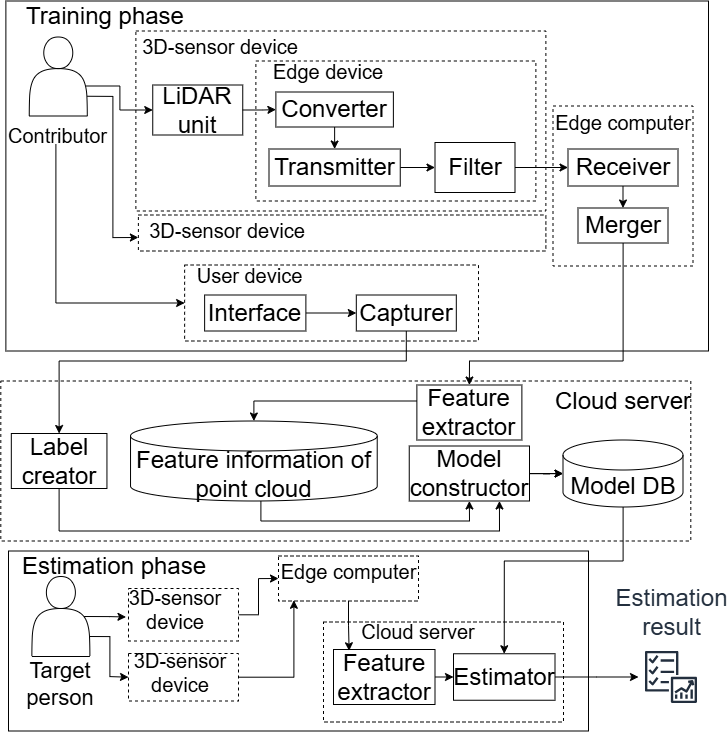
Sano-Wataru/journal-research-paper-access-kizawa keeps this draw.io diagram as img/System_model.png. Above is the earlier version. Source tidied: cells renumbered, new cells last; positions are measured from the earlier drawing's top-left corner, leaving out a move shared by most shapes.
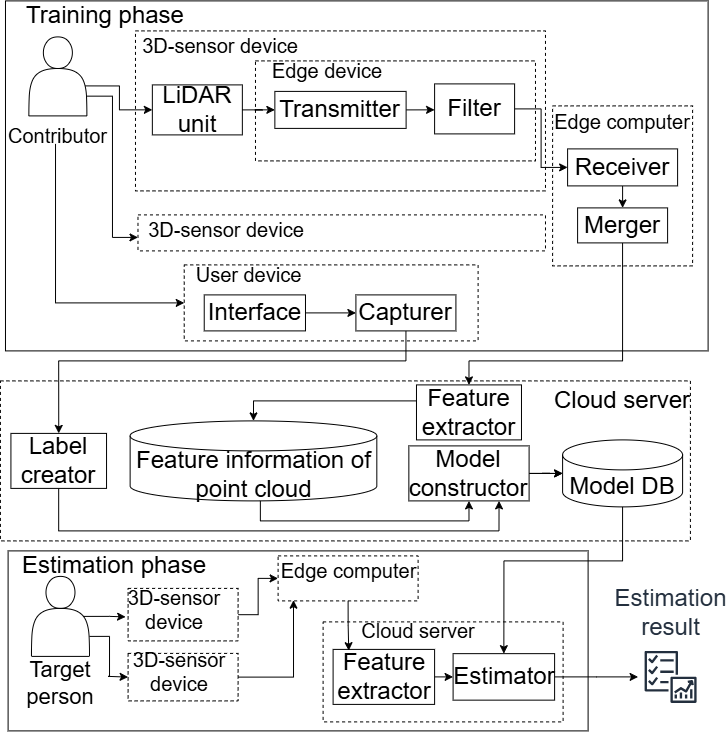
Later version of the same file.

Diff of the diagram source:
```diff
@@ -18,28 +18,22 @@
       <mxGeometry x="13.4" width="58" height="79" as="geometry" />
     </mxCell>
     <mxCell id="7" style="rounded=0;whiteSpace=wrap;html=1;dashed=1;" parent="1" vertex="1">
-      <mxGeometry x="135.4" y="30" width="410" height="180" as="geometry" />
+      <mxGeometry x="135.4" y="30" width="410" height="160" as="geometry" />
     </mxCell>
     <mxCell id="8" value="&lt;font style=&quot;font-size: 24px;&quot;&gt;LiDAR unit&lt;/font&gt;" style="rounded=0;whiteSpace=wrap;html=1;" parent="1" vertex="1">
       <mxGeometry x="152.2" y="84" width="90" height="50" as="geometry" />
     </mxCell>
     <mxCell id="9" style="rounded=0;whiteSpace=wrap;html=1;dashed=1;" parent="1" vertex="1">
-      <mxGeometry x="255.4" y="60" width="280" height="140" as="geometry" />
+      <mxGeometry x="255.4" y="60" width="280" height="100" as="geometry" />
     </mxCell>
     <mxCell id="10" value="&lt;font style=&quot;font-size: 20px;&quot;&gt;Edge device&lt;/font&gt;" style="text;html=1;strokeColor=none;fillColor=none;align=center;verticalAlign=middle;whiteSpace=wrap;rounded=0;" parent="1" vertex="1">
       <mxGeometry x="262.9" y="60" width="130" height="20" as="geometry" />
     </mxCell>
-    <mxCell id="11" style="edgeStyle=orthogonalEdgeStyle;rounded=0;jettySize=auto;html=1;exitX=0.5;exitY=1;exitDx=0;exitDy=0;entryX=0.5;entryY=0;entryDx=0;entryDy=0;" parent="1" edge="1" source="12" target="14">
-      <mxGeometry relative="1" as="geometry" />
-    </mxCell>
-    <mxCell id="12" value="&lt;font style=&quot;font-size: 24px;&quot;&gt;Converter&lt;/font&gt;" style="rounded=0;whiteSpace=wrap;html=1;" parent="1" vertex="1">
-      <mxGeometry x="275.4" y="91" width="117.5" height="35" as="geometry" />
-    </mxCell>
     <mxCell id="13" style="edgeStyle=orthogonalEdgeStyle;rounded=0;jettySize=auto;html=1;exitX=1;exitY=0.5;exitDx=0;exitDy=0;entryX=0;entryY=0.5;entryDx=0;entryDy=0;" parent="1" edge="1" source="14" target="56">
       <mxGeometry relative="1" as="geometry" />
     </mxCell>
     <mxCell id="14" value="&lt;font style=&quot;font-size: 24px;&quot;&gt;Transmitter&lt;/font&gt;" style="rounded=0;whiteSpace=wrap;html=1;" parent="1" vertex="1">
-      <mxGeometry x="268.5" y="148" width="131.2" height="37" as="geometry" />
+      <mxGeometry x="274.8" y="90.5" width="131.2" height="37" as="geometry" />
     </mxCell>
     <mxCell id="15" style="rounded=0;whiteSpace=wrap;html=1;dashed=1;" parent="1" vertex="1">
       <mxGeometry x="137.9" y="214" width="407.5" height="36" as="geometry" />
@@ -102,7 +96,7 @@
     <mxCell id="31" value="&lt;p&gt;&lt;font style=&quot;font-size: 24px;&quot;&gt;Model constructor&lt;/font&gt;&lt;/p&gt;" style="rounded=0;whiteSpace=wrap;html=1;" parent="1" vertex="1">
       <mxGeometry x="408.8" y="445" width="120.2" height="55" as="geometry" />
     </mxCell>
-    <mxCell id="32" style="edgeStyle=orthogonalEdgeStyle;rounded=0;jettySize=auto;html=1;exitX=1;exitY=0.5;exitDx=0;exitDy=0;" parent="1" edge="1" source="8" target="12">
+    <mxCell id="32" style="edgeStyle=orthogonalEdgeStyle;rounded=0;jettySize=auto;html=1;exitX=1;exitY=0.5;exitDx=0;exitDy=0;" parent="1" edge="1" source="8" target="14">
       <mxGeometry relative="1" as="geometry" />
     </mxCell>
     <mxCell id="33" style="edgeStyle=orthogonalEdgeStyle;rounded=0;jettySize=auto;html=1;entryX=0.75;entryY=1;entryDx=0;entryDy=0;" parent="1" edge="1" source="34" target="31">
@@ -180,7 +174,7 @@
       <mxGeometry relative="1" as="geometry" />
     </mxCell>
     <mxCell id="56" value="&lt;font style=&quot;font-size: 24px;&quot;&gt;Filter&lt;/font&gt;" style="rounded=0;whiteSpace=wrap;html=1;" parent="1" vertex="1">
-      <mxGeometry x="434.5" y="141.5" width="80" height="50" as="geometry" />
+      <mxGeometry x="434.5" y="83" width="80" height="50" as="geometry" />
     </mxCell>
     <mxCell id="57" value="&lt;font style=&quot;font-size: 20px;&quot;&gt;3D-sensor device&lt;/font&gt;" style="text;html=1;strokeColor=none;fillColor=none;align=center;verticalAlign=middle;whiteSpace=wrap;rounded=0;" parent="1" vertex="1">
       <mxGeometry x="130.5" y="656" width="97.5" height="30" as="geometry" />
```
